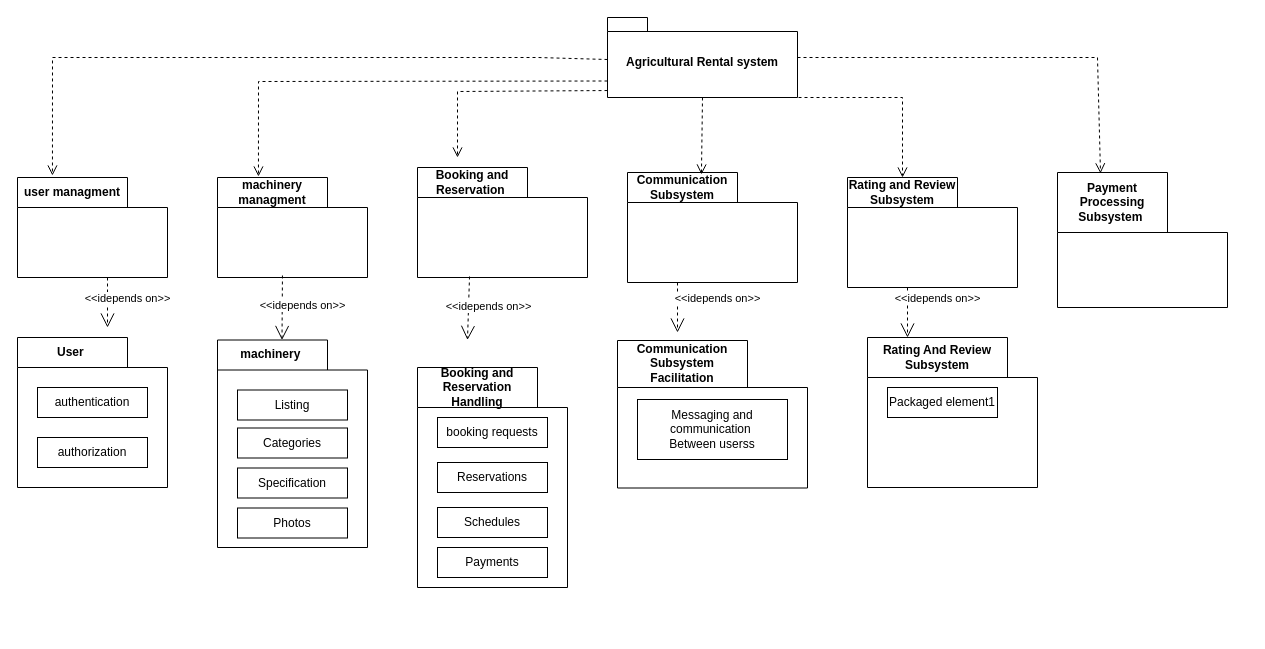
This is src/pages/homepage/package diagram.drawio from amani387/crwn-clothing, a draw.io file, before an edit. Source tidied: cells renumbered, new cells numbered last; positions are measured from the earlier drawing's top-left corner, leaving out a move shared by most shapes. Both pictures are drawn from the tidied source at 100%, with x=0, y=0 at pixel (17, 17).
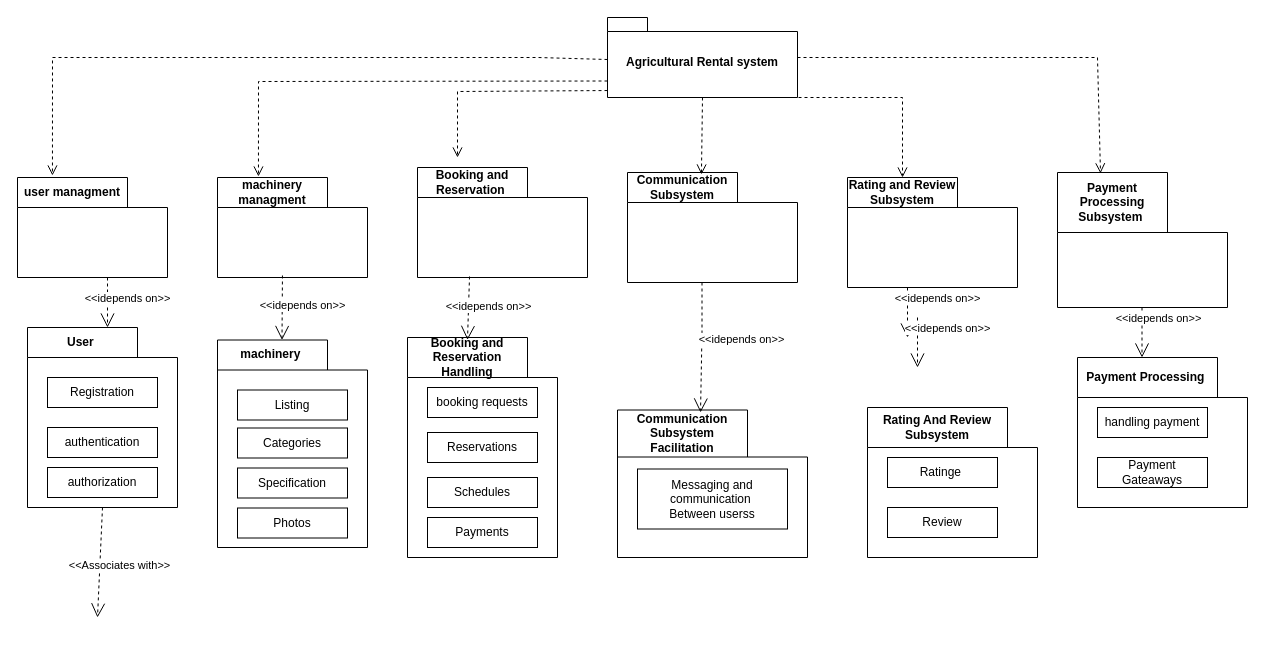
The same page after the edit.

Change to the diagram source:
```diff
@@
     <mxCell id="15" value="User&amp;nbsp;" style="shape=folder;fontStyle=1;tabWidth=110;tabHeight=30;tabPosition=left;html=1;boundedLbl=1;labelInHeader=1;whiteSpace=wrap;" parent="1" vertex="1">
-      <mxGeometry y="320" width="150" height="150" as="geometry" />
+      <mxGeometry x="10" y="310" width="150" height="180" as="geometry" />
     </mxCell>
-    <mxCell id="16" value="authentication" style="html=1;whiteSpace=wrap;" parent="15" vertex="1">
+    <mxCell id="16" value="Registration" style="html=1;whiteSpace=wrap;" parent="15" vertex="1">
       <mxGeometry width="110" height="30" relative="1" as="geometry">
         <mxPoint x="20" y="50" as="offset" />
       </mxGeometry>
     </mxCell>
     <mxCell id="17" value="authorization" style="html=1;whiteSpace=wrap;" parent="15" vertex="1">
       <mxGeometry width="110" height="30" relative="1" as="geometry">
-        <mxPoint x="20" y="100" as="offset" />
+        <mxPoint x="20" y="140" as="offset" />
       </mxGeometry>
     </mxCell>
+    <mxCell id="37" value="authentication" style="html=1;whiteSpace=wrap;" parent="15" vertex="1">
+      <mxGeometry width="110" height="30" relative="1" as="geometry">
+        <mxPoint x="20" y="100" as="offset" />
+      </mxGeometry>
+    </mxCell>
@@
     <mxCell id="19" value="Communication Subsystem Facilitation" style="shape=folder;fontStyle=1;tabWidth=130;tabHeight=47;tabPosition=left;html=1;boundedLbl=1;labelInHeader=1;whiteSpace=wrap;" parent="1" vertex="1">
-      <mxGeometry x="600" y="323" width="190" height="147.5" as="geometry" />
+      <mxGeometry x="600" y="392.5" width="190" height="147.5" as="geometry" />
     </mxCell>
@@
     <mxCell id="21" value="Booking and Reservation Handling" style="shape=folder;fontStyle=1;tabWidth=120;tabHeight=40;tabPosition=left;html=1;boundedLbl=1;labelInHeader=1;whiteSpace=wrap;" parent="1" vertex="1">
-      <mxGeometry x="400" y="350" width="150" height="220" as="geometry" />
+      <mxGeometry x="390" y="320" width="150" height="220" as="geometry" />
     </mxCell>
@@
     <mxCell id="26" value="Rating And Review Subsystem" style="shape=folder;fontStyle=1;tabWidth=140;tabHeight=40;tabPosition=left;html=1;boundedLbl=1;labelInHeader=1;whiteSpace=wrap;" parent="1" vertex="1">
-      <mxGeometry x="850" y="320" width="170" height="150" as="geometry" />
+      <mxGeometry x="850" y="390" width="170" height="150" as="geometry" />
     </mxCell>
-    <mxCell id="27" value="Packaged element1" style="html=1;whiteSpace=wrap;" parent="26" vertex="1">
+    <mxCell id="27" value="Ratinge&amp;nbsp;" style="html=1;whiteSpace=wrap;" parent="26" vertex="1">
       <mxGeometry width="110" height="30" relative="1" as="geometry">
         <mxPoint x="20" y="50" as="offset" />
       </mxGeometry>
     </mxCell>
+    <mxCell id="38" value="Review&lt;br&gt;" style="html=1;whiteSpace=wrap;" parent="26" vertex="1">
+      <mxGeometry width="110" height="30" relative="1" as="geometry">
+        <mxPoint x="20" y="100" as="offset" />
+      </mxGeometry>
+    </mxCell>
@@
-    <mxCell id="35" value="&amp;lt;&amp;lt;idepends on&amp;gt;&amp;gt;" style="edgeStyle=none;html=1;endArrow=open;endSize=12;dashed=1;verticalAlign=bottom;rounded=0;" parent="1" edge="1">
+    <mxCell id="35" value="&amp;lt;&amp;lt;idepends on&amp;gt;&amp;gt;" style="edgeStyle=none;html=1;endArrow=open;endSize=12;dashed=1;verticalAlign=bottom;rounded=0;entryX=0.437;entryY=0.017;entryDx=0;entryDy=0;entryPerimeter=0;" parent="1" edge="1" target="19">
       <mxGeometry y="40" relative="1" as="geometry">
-        <mxPoint x="660" y="265" as="sourcePoint" />
-        <mxPoint x="660" y="315" as="targetPoint" />
+        <mxPoint x="684.5" y="265" as="sourcePoint" />
         <Array as="points">
-          <mxPoint x="660" y="315" />
+          <mxPoint x="684.5" y="315" />
         </Array>
       </mxGeometry>
     </mxCell>
@@
+    <mxCell id="39" value="&amp;lt;&amp;lt;idepends on&amp;gt;&amp;gt;" style="edgeStyle=none;html=1;endArrow=open;endSize=12;dashed=1;verticalAlign=bottom;rounded=0;" parent="1" edge="1">
+      <mxGeometry x="-0.2" y="16" relative="1" as="geometry">
+        <mxPoint x="1124.5" y="290" as="sourcePoint" />
+        <mxPoint x="1124.5" y="340" as="targetPoint" />
+        <Array as="points">
+          <mxPoint x="1124.5" y="340" />
+        </Array>
+      </mxGeometry>
+    </mxCell>
+    <mxCell id="40" value="Payment Processing&amp;nbsp;" style="shape=folder;fontStyle=1;tabWidth=140;tabHeight=40;tabPosition=left;html=1;boundedLbl=1;labelInHeader=1;whiteSpace=wrap;" parent="1" vertex="1">
+      <mxGeometry x="1060" y="340" width="170" height="150" as="geometry" />
+    </mxCell>
+    <mxCell id="41" value="handling payment" style="html=1;whiteSpace=wrap;" parent="40" vertex="1">
+      <mxGeometry width="110" height="30" relative="1" as="geometry">
+        <mxPoint x="20" y="50" as="offset" />
+      </mxGeometry>
+    </mxCell>
+    <mxCell id="42" value="Payment Gateaways" style="html=1;whiteSpace=wrap;" parent="40" vertex="1">
+      <mxGeometry width="110" height="30" relative="1" as="geometry">
+        <mxPoint x="20" y="100" as="offset" />
+      </mxGeometry>
+    </mxCell>
+    <mxCell id="43" value="&amp;lt;&amp;lt;Associates with&amp;gt;&amp;gt;" style="edgeStyle=none;html=1;endArrow=open;endSize=12;dashed=1;verticalAlign=bottom;rounded=0;exitX=0.5;exitY=1;exitDx=0;exitDy=0;exitPerimeter=0;" parent="1" edge="1" source="15">
+      <mxGeometry x="0.2" y="20" relative="1" as="geometry">
+        <mxPoint x="80" y="600" as="targetPoint" />
+        <Array as="points">
+          <mxPoint x="80" y="600" />
+        </Array>
+      </mxGeometry>
+    </mxCell>
+    <mxCell id="44" value="&amp;lt;&amp;lt;idepends on&amp;gt;&amp;gt;" style="edgeStyle=none;html=1;endArrow=open;endSize=12;dashed=1;verticalAlign=bottom;rounded=0;" parent="1" edge="1">
+      <mxGeometry x="-0.2" y="30" relative="1" as="geometry">
+        <mxPoint x="900" y="300" as="sourcePoint" />
+        <mxPoint x="900" y="350" as="targetPoint" />
+        <Array as="points">
+          <mxPoint x="900" y="350" />
+        </Array>
+      </mxGeometry>
+    </mxCell>
```
